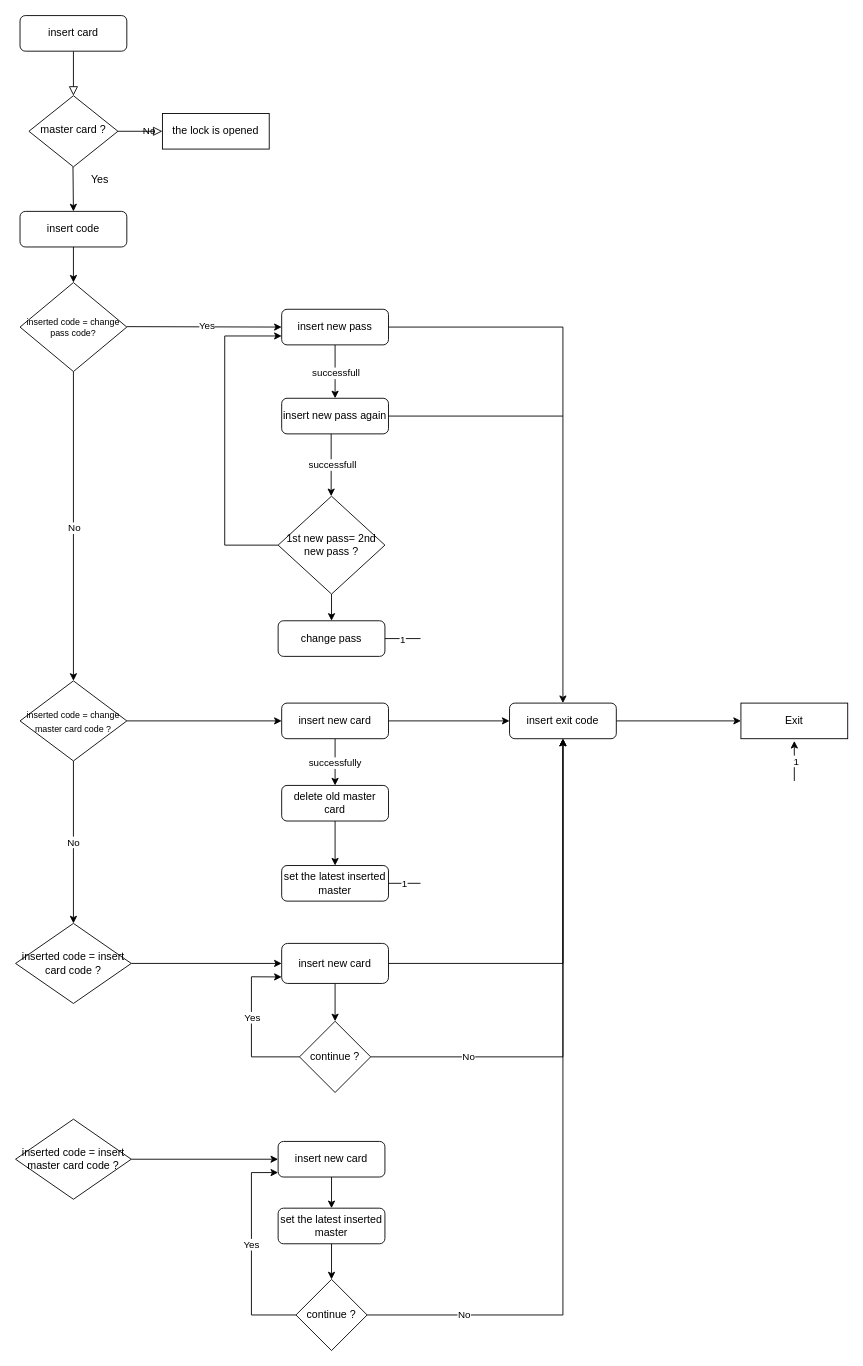
The draw.io diagram Untitled Diagram.drawio in trikhonghu/DoorLock, before the edit. Source tidied: cells renumbered, new cells numbered last; positions are measured from the earlier drawing's top-left corner, leaving out a move shared by most shapes. Both pictures are drawn from the tidied source at 89%, with x=0, y=0 at pixel (15, 15).
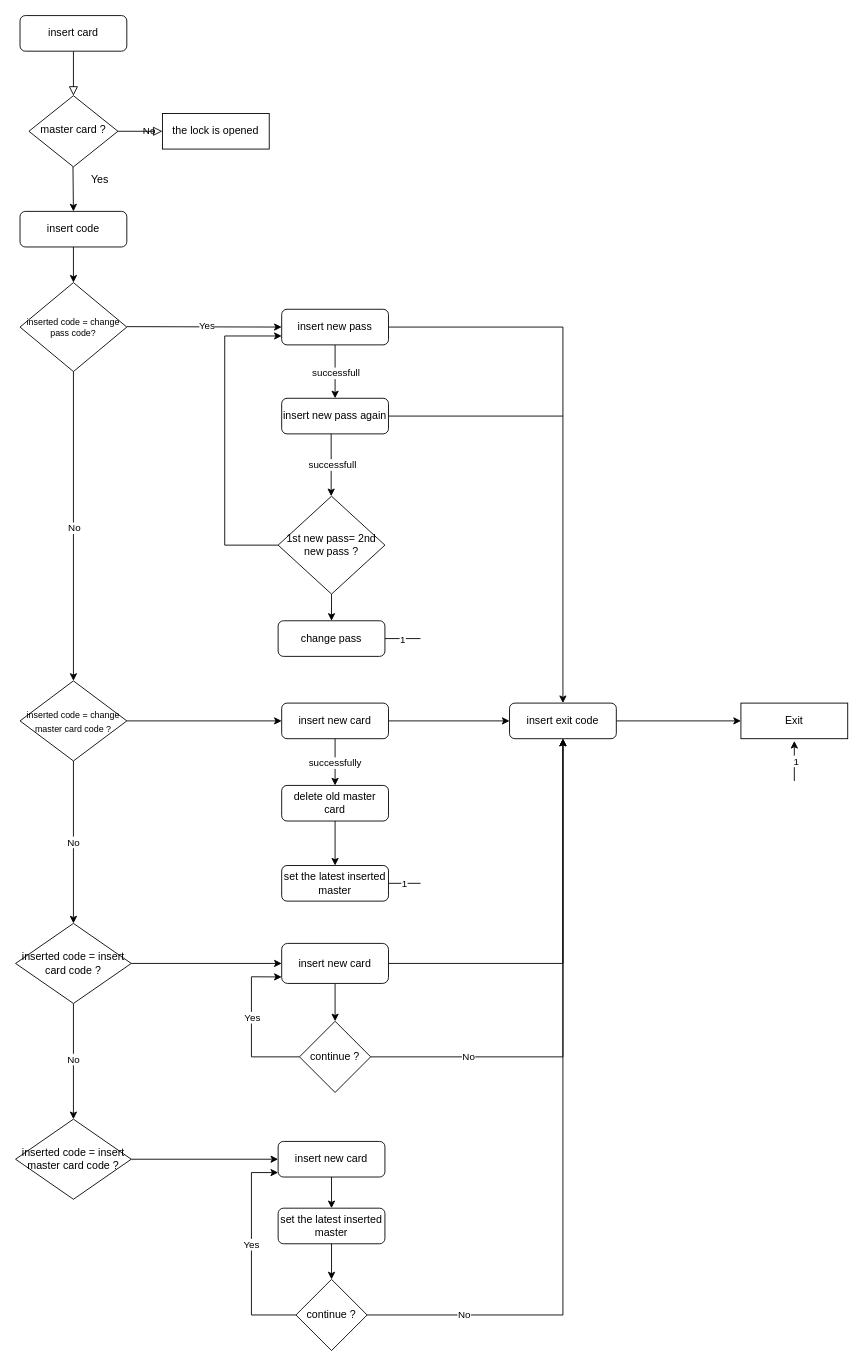
After the change.

Unchanged cells that the change refers to:
```xml
<mxCell id="39" value="inserted code = insert card code ?" style="rhombus;whiteSpace=wrap;html=1;" parent="1" vertex="1">
  <mxGeometry y="1020" width="130" height="90" as="geometry" />
</mxCell>
<mxCell id="56" value="inserted code = insert master card code ?" style="rhombus;whiteSpace=wrap;html=1;" parent="1" vertex="1">
  <mxGeometry y="1240" width="130" height="90" as="geometry" />
</mxCell>
```

Diff of the diagram source:
```diff
@@
+    <mxCell id="75" style="edgeStyle=orthogonalEdgeStyle;rounded=0;jettySize=auto;html=1;exitX=0.5;exitY=1;exitDx=0;exitDy=0;entryX=0.5;entryY=0;entryDx=0;entryDy=0;" parent="1" edge="1" source="39" target="56">
+      <mxGeometry relative="1" as="geometry" />
+    </mxCell>
+    <mxCell id="76" value="No" style="edgeLabel;html=1;align=center;verticalAlign=middle;" parent="75" vertex="1">
+      <mxGeometry x="-0.04" y="-1" relative="1" as="geometry" />
+    </mxCell>
```
